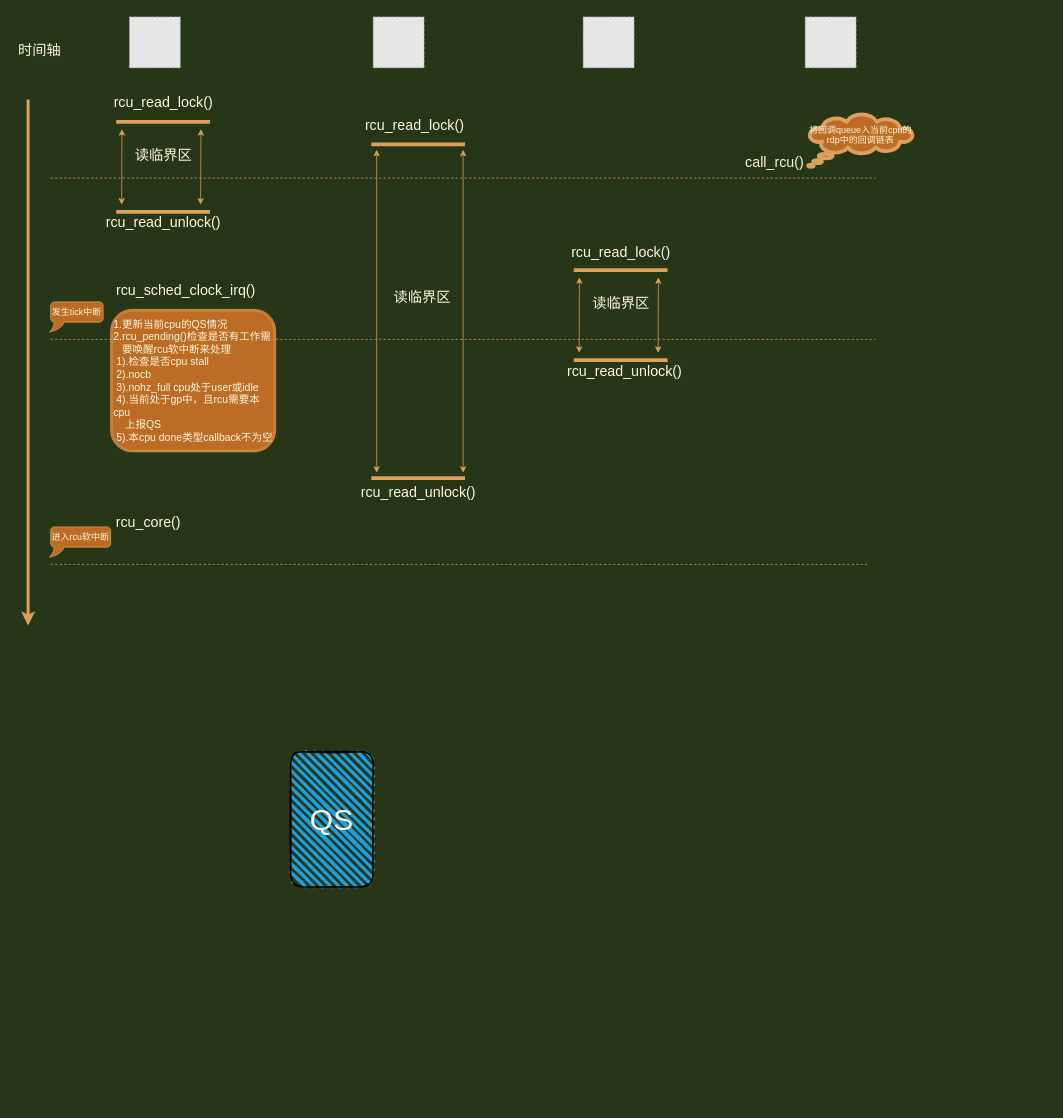
Before: Untitled Diagram.drawio in YanfeiXu/LinuxerYann, a draw.io diagram. Source tidied: cells renumbered, new cells numbered last; positions are measured from the earlier drawing's top-left corner, leaving out a move shared by most shapes. Both pictures are drawn from the tidied source at 75%, with x=0, y=0 at pixel (13, 16). Pictures stored in the file or linked from it are replaced by grey dashed boxes.
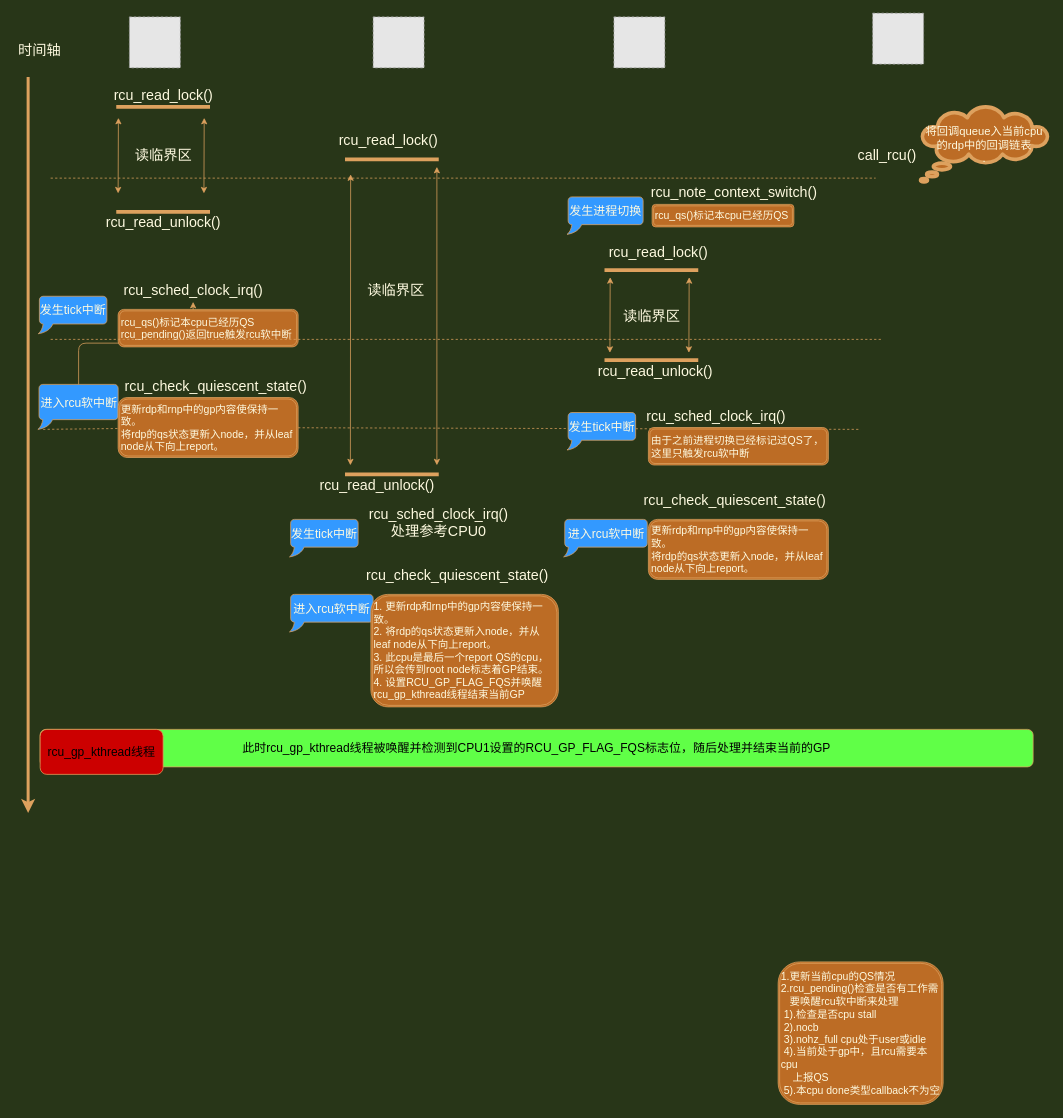
Above is the later version.

Diff of the diagram source:
```diff
@@
     <mxCell id="2" style="shape=partialRectangle;whiteSpace=wrap;html=1;left=0;right=0;fillColor=none;rounded=0;sketch=0;fontColor=#FEFAE0;strokeColor=#DDA15E;strokeWidth=5;" parent="1" vertex="1">
-      <mxGeometry x="140" y="140" width="120" height="120" as="geometry" />
+      <mxGeometry x="140" y="120" width="120" height="140" as="geometry" />
     </mxCell>
@@
     <mxCell id="5" value="call_rcu()" style="text;html=1;align=center;verticalAlign=middle;fillColor=none;strokeColor=none;rounded=0;sketch=0;fontColor=#FEFAE0;fontSize=19;" parent="1" vertex="1">
-      <mxGeometry x="970" y="180" width="90" height="30" as="geometry" />
+      <mxGeometry x="1120" y="170" width="90" height="30" as="geometry" />
     </mxCell>
     <mxCell id="6" value="rcu_read_lock()" style="text;html=1;align=center;verticalAlign=middle;fillColor=none;strokeColor=none;rounded=0;sketch=0;fontColor=#FEFAE0;fontSize=19;" parent="1" vertex="1">
-      <mxGeometry x="125" y="100" width="150" height="30" as="geometry" />
+      <mxGeometry x="125" y="90" width="150" height="30" as="geometry" />
     </mxCell>
@@
-    <mxCell id="8" value="将回调queue入当前cpu的rdp中的回调链表&lt;br&gt;." style="whiteSpace=wrap;html=1;shape=mxgraph.basic.cloud_callout;rounded=0;sketch=0;fontSize=12;fontColor=#FEFAE0;strokeColor=#DDA15E;strokeWidth=5;fillColor=#BC6C25;" parent="1" vertex="1">
-      <mxGeometry x="1060" y="130" width="140" height="70" as="geometry" />
+    <mxCell id="8" value="将回调queue入当前cpu的rdp中的回调链表&lt;br style=&quot;font-size: 15px;&quot;&gt;." style="whiteSpace=wrap;html=1;shape=mxgraph.basic.cloud_callout;rounded=0;sketch=0;fontSize=15;fontColor=#FEFAE0;strokeColor=#DDA15E;strokeWidth=5;fillColor=#BC6C25;" parent="1" vertex="1">
+      <mxGeometry x="1210" y="120" width="170" height="100" as="geometry" />
     </mxCell>
     <mxCell id="9" style="endArrow=classic;html=1;fontSize=13;fontColor=#FEFAE0;fillColor=#BC6C25;strokeWidth=4;strokeColor=#DDA15E;labelBackgroundColor=#283618;" parent="1" edge="1">
       <mxGeometry relative="1" as="geometry">
-        <mxPoint x="20" y="110" as="sourcePoint" />
-        <mxPoint x="20" y="811.4" as="targetPoint" />
+        <mxPoint x="20" y="80" as="sourcePoint" />
+        <mxPoint x="20" y="1061.4" as="targetPoint" />
       </mxGeometry>
     </mxCell>
@@
-    <mxCell id="11" value="发生tick中断" style="whiteSpace=wrap;html=1;shape=mxgraph.basic.roundRectCallout;dx=7.8;dy=13;size=5;boundedLbl=1;rounded=0;sketch=0;fontColor=#FEFAE0;strokeColor=#DDA15E;fillColor=#BC6C25;" parent="1" vertex="1">
-      <mxGeometry x="50" y="380" width="70" height="40" as="geometry" />
+    <mxCell id="11" value="发生tick中断" style="whiteSpace=wrap;html=1;shape=mxgraph.basic.roundRectCallout;dx=7.8;dy=13;size=5;boundedLbl=1;rounded=0;sketch=0;fontColor=#FEFAE0;strokeColor=#DDA15E;fontSize=16;fillColor=#3399FF;" parent="1" vertex="1">
+      <mxGeometry x="35" y="372.5" width="90" height="50" as="geometry" />
     </mxCell>
-    <mxCell id="12" style="endArrow=none;dashed=1;html=1;fontSize=19;fontColor=#FEFAE0;strokeColor=#DDA15E;fillColor=#BC6C25;labelBackgroundColor=#283618;" parent="1" edge="1">
-      <mxGeometry relative="1" as="geometry">
-        <mxPoint x="50" y="430" as="sourcePoint" />
-        <mxPoint x="1150" y="430" as="targetPoint" />
-      </mxGeometry>
-    </mxCell>
     <mxCell id="13" value="rcu_sched_clock_irq()" style="text;html=1;align=center;verticalAlign=middle;points=[];fillColor=none;strokeColor=none;rounded=0;sketch=0;fontColor=#FEFAE0;fontSize=19;" parent="1" vertex="1">
-      <mxGeometry x="130" y="350" width="200" height="30" as="geometry" />
+      <mxGeometry x="140" y="350" width="200" height="30" as="geometry" />
     </mxCell>
     <mxCell id="14" value="&lt;span style=&quot;font-size: 14px&quot;&gt;1.更新当前cpu的QS情况&lt;/span&gt;&lt;br style=&quot;font-size: 14px&quot;&gt;&lt;span style=&quot;font-size: 14px&quot;&gt;2.rcu_pending()检查是否有工作需&lt;br&gt;&amp;nbsp; &amp;nbsp;要唤醒rcu软中断来处理&lt;br&gt;&amp;nbsp;1).检查是否cpu stall&lt;br&gt;&amp;nbsp;2).nocb&lt;br&gt;&amp;nbsp;3).nohz_full cpu处于user或idle&lt;br&gt;&amp;nbsp;4).当前处于gp中，且rcu需要本cpu&lt;br&gt;&amp;nbsp; &amp;nbsp; 上报QS&lt;br&gt;&amp;nbsp;5).本cpu done类型callback不为空&lt;br&gt;&lt;/span&gt;" style="shape=ext;double=1;rounded=1;whiteSpace=wrap;html=1;sketch=0;fontColor=#FEFAE0;strokeColor=#DDA15E;fillColor=#BC6C25;align=left;" parent="1" vertex="1">
-      <mxGeometry x="130" y="390" width="220" height="190" as="geometry" />
+      <mxGeometry x="1020" y="1260" width="220" height="190" as="geometry" />
     </mxCell>
-    <mxCell id="15" style="endArrow=none;dashed=1;html=1;fontSize=19;fontColor=#FEFAE0;strokeColor=#DDA15E;fillColor=#BC6C25;labelBackgroundColor=#283618;" parent="1" edge="1">
+    <mxCell id="15" style="endArrow=none;dashed=1;html=1;fontSize=19;fontColor=#FEFAE0;strokeColor=#DDA15E;fillColor=#BC6C25;labelBackgroundColor=#283618;startArrow=none;" parent="1" edge="1" source="40">
       <mxGeometry relative="1" as="geometry">
-        <mxPoint x="50" y="730" as="sourcePoint" />
-        <mxPoint x="1140" y="730" as="targetPoint" />
+        <mxPoint x="1130" y="550" as="targetPoint" />
       </mxGeometry>
     </mxCell>
+    <mxCell id="37" style="edgeStyle=orthogonalEdgeStyle;curved=0;rounded=1;sketch=0;jettySize=auto;html=1;fontSize=16;fontColor=#FEFAE0;strokeColor=#DDA15E;fillColor=#BC6C25;" parent="1" edge="1" source="16" target="13">
+      <mxGeometry relative="1" as="geometry" />
+    </mxCell>
-    <mxCell id="16" value="进入rcu软中断" style="whiteSpace=wrap;html=1;shape=mxgraph.basic.roundRectCallout;dx=7.8;dy=13;size=5;boundedLbl=1;rounded=0;sketch=0;fontColor=#FEFAE0;strokeColor=#DDA15E;fillColor=#BC6C25;" parent="1" vertex="1">
-      <mxGeometry x="50" y="680" width="80" height="40" as="geometry" />
+    <mxCell id="16" value="进入rcu软中断" style="whiteSpace=wrap;html=1;shape=mxgraph.basic.roundRectCallout;dx=7.8;dy=13;size=5;boundedLbl=1;rounded=0;sketch=0;fontColor=#FEFAE0;strokeColor=#DDA15E;fontSize=16;fillColor=#3399FF;" parent="1" vertex="1">
+      <mxGeometry x="34.5" y="490" width="105.5" height="60" as="geometry" />
     </mxCell>
-    <mxCell id="17" value="rcu_core()" style="text;html=1;align=center;verticalAlign=middle;fillColor=none;strokeColor=none;rounded=0;sketch=0;fontColor=#FEFAE0;fontSize=19;" parent="1" vertex="1">
-      <mxGeometry x="130" y="660" width="100" height="30" as="geometry" />
+    <mxCell id="17" value="rcu_check_quiescent_state()" style="text;html=1;align=center;verticalAlign=middle;fillColor=none;strokeColor=none;rounded=0;sketch=0;fontColor=#FEFAE0;fontSize=19;" parent="1" vertex="1">
+      <mxGeometry x="140" y="477.5" width="260" height="30" as="geometry" />
     </mxCell>
@@
     <mxCell id="20" style="fillColor=#E6E6E6;strokeColor=#999999;dashed=1;html=1;verticalAlign=top;verticalLabelPosition=bottom;labelBackgroundColor=#ffffff;fontColor=#FEFAE0;align=left;" parent="1" vertex="1">
-      <mxGeometry x="1056" width="68" height="68" as="geometry" />
+      <mxGeometry x="1146" y="-5" width="68" height="68" as="geometry" />
     </mxCell>
     <mxCell id="21" style="shape=partialRectangle;whiteSpace=wrap;html=1;left=0;right=0;fillColor=none;rounded=0;sketch=0;fontColor=#FEFAE0;strokeColor=#DDA15E;strokeWidth=5;" parent="1" vertex="1">
-      <mxGeometry x="480" y="170" width="120" height="445" as="geometry" />
+      <mxGeometry x="445" y="190" width="120" height="420" as="geometry" />
     </mxCell>
     <mxCell id="22" value="读临界区" style="text;html=1;align=center;verticalAlign=middle;fillColor=none;strokeColor=none;rounded=0;sketch=0;fontColor=#FEFAE0;fontSize=19;" parent="1" vertex="1">
-      <mxGeometry x="500" y="360" width="90" height="30" as="geometry" />
+      <mxGeometry x="465" y="350" width="90" height="30" as="geometry" />
     </mxCell>
     <mxCell id="23" value="rcu_read_lock()" style="text;html=1;align=center;verticalAlign=middle;fillColor=none;strokeColor=none;rounded=0;sketch=0;fontColor=#FEFAE0;fontSize=19;" parent="1" vertex="1">
-      <mxGeometry x="460" y="130" width="150" height="30" as="geometry" />
+      <mxGeometry x="425" y="150" width="150" height="30" as="geometry" />
     </mxCell>
     <mxCell id="24" value="rcu_read_unlock()" style="text;html=1;align=center;verticalAlign=middle;fillColor=none;strokeColor=none;rounded=0;sketch=0;fontColor=#FEFAE0;fontSize=19;" parent="1" vertex="1">
-      <mxGeometry x="455" y="620" width="170" height="30" as="geometry" />
+      <mxGeometry x="400" y="610" width="170" height="30" as="geometry" />
     </mxCell>
     <mxCell id="25" style="endArrow=classic;startArrow=classic;html=1;fontColor=#FEFAE0;strokeColor=#DDA15E;fillColor=#BC6C25;" parent="1" edge="1">
       <mxGeometry relative="1" as="geometry">
-        <mxPoint x="484.7" y="607.8" as="sourcePoint" />
-        <mxPoint x="484.7" y="177.2" as="targetPoint" />
+        <mxPoint x="449.7" y="597.8" as="sourcePoint" />
+        <mxPoint x="450" y="210" as="targetPoint" />
       </mxGeometry>
     </mxCell>
     <mxCell id="26" style="endArrow=classic;startArrow=classic;html=1;fontColor=#FEFAE0;strokeColor=#DDA15E;fillColor=#BC6C25;" parent="1" edge="1">
       <mxGeometry relative="1" as="geometry">
-        <mxPoint x="600" y="607.8" as="sourcePoint" />
-        <mxPoint x="600" y="177.2" as="targetPoint" />
+        <mxPoint x="565" y="597.8" as="sourcePoint" />
+        <mxPoint x="565" y="200" as="targetPoint" />
       </mxGeometry>
     </mxCell>
     <mxCell id="27" style="endArrow=classic;startArrow=classic;html=1;fontColor=#FEFAE0;strokeColor=#DDA15E;fillColor=#BC6C25;exitX=0.174;exitY=0.018;exitDx=0;exitDy=0;exitPerimeter=0;" parent="1" edge="1">
       <mxGeometry relative="1" as="geometry">
-        <mxPoint x="250" y="250.3" as="sourcePoint" />
-        <mxPoint x="250.4" y="149.7" as="targetPoint" />
+        <mxPoint x="254.4" y="235.3" as="sourcePoint" />
+        <mxPoint x="254.8" y="134.7" as="targetPoint" />
       </mxGeometry>
     </mxCell>
     <mxCell id="28" style="endArrow=classic;startArrow=classic;html=1;fontColor=#FEFAE0;strokeColor=#DDA15E;fillColor=#BC6C25;exitX=0.174;exitY=0.018;exitDx=0;exitDy=0;exitPerimeter=0;" parent="1" edge="1">
       <mxGeometry relative="1" as="geometry">
-        <mxPoint x="144.7" y="250.3" as="sourcePoint" />
-        <mxPoint x="145.1" y="149.7" as="targetPoint" />
+        <mxPoint x="140" y="235.3" as="sourcePoint" />
+        <mxPoint x="140.4" y="134.7" as="targetPoint" />
       </mxGeometry>
     </mxCell>
     <mxCell id="29" style="fillColor=#E6E6E6;strokeColor=#999999;dashed=1;html=1;verticalAlign=top;verticalLabelPosition=bottom;labelBackgroundColor=#ffffff;fontColor=#FEFAE0;align=left;" parent="1" vertex="1">
-      <mxGeometry x="760" width="68" height="68" as="geometry" />
+      <mxGeometry x="801" width="68" height="68" as="geometry" />
     </mxCell>
     <mxCell id="30" style="shape=partialRectangle;whiteSpace=wrap;html=1;left=0;right=0;fillColor=none;rounded=0;sketch=0;fontColor=#FEFAE0;strokeColor=#DDA15E;strokeWidth=5;" parent="1" vertex="1">
-      <mxGeometry x="750" y="337.5" width="120" height="120" as="geometry" />
+      <mxGeometry x="791" y="337.5" width="120" height="120" as="geometry" />
     </mxCell>
     <mxCell id="31" value="读临界区" style="text;html=1;align=center;verticalAlign=middle;fillColor=none;strokeColor=none;rounded=0;sketch=0;fontColor=#FEFAE0;fontSize=19;" parent="1" vertex="1">
-      <mxGeometry x="765" y="367.5" width="90" height="30" as="geometry" />
+      <mxGeometry x="806" y="385" width="90" height="30" as="geometry" />
     </mxCell>
     <mxCell id="32" value="rcu_read_lock()" style="text;html=1;align=center;verticalAlign=middle;fillColor=none;strokeColor=none;rounded=0;sketch=0;fontColor=#FEFAE0;fontSize=19;" parent="1" vertex="1">
-      <mxGeometry x="735" y="300" width="150" height="30" as="geometry" />
+      <mxGeometry x="785" y="300" width="150" height="30" as="geometry" />
     </mxCell>
     <mxCell id="33" value="rcu_read_unlock()" style="text;html=1;align=center;verticalAlign=middle;fillColor=none;strokeColor=none;rounded=0;sketch=0;fontColor=#FEFAE0;fontSize=19;" parent="1" vertex="1">
-      <mxGeometry x="730" y="457.5" width="170" height="30" as="geometry" />
+      <mxGeometry x="771" y="457.5" width="170" height="30" as="geometry" />
     </mxCell>
     <mxCell id="34" style="endArrow=classic;startArrow=classic;html=1;fontColor=#FEFAE0;strokeColor=#DDA15E;fillColor=#BC6C25;exitX=0.174;exitY=0.018;exitDx=0;exitDy=0;exitPerimeter=0;" parent="1" edge="1">
       <mxGeometry relative="1" as="geometry">
-        <mxPoint x="860" y="447.8" as="sourcePoint" />
-        <mxPoint x="860.4" y="347.2" as="targetPoint" />
+        <mxPoint x="901" y="447.8" as="sourcePoint" />
+        <mxPoint x="901.4" y="347.2" as="targetPoint" />
       </mxGeometry>
     </mxCell>
     <mxCell id="35" style="endArrow=classic;startArrow=classic;html=1;fontColor=#FEFAE0;strokeColor=#DDA15E;fillColor=#BC6C25;exitX=0.174;exitY=0.018;exitDx=0;exitDy=0;exitPerimeter=0;" parent="1" edge="1">
       <mxGeometry relative="1" as="geometry">
-        <mxPoint x="754.7" y="447.8" as="sourcePoint" />
-        <mxPoint x="755.1" y="347.2" as="targetPoint" />
+        <mxPoint x="795.7" y="447.8" as="sourcePoint" />
+        <mxPoint x="796.1" y="347.2" as="targetPoint" />
       </mxGeometry>
     </mxCell>
-    <mxCell id="36" value="&lt;font style=&quot;font-size: 40px&quot;&gt;QS&lt;/font&gt;" style="rounded=1;whiteSpace=wrap;html=1;strokeWidth=2;fillWeight=4;hachureGap=8;hachureAngle=45;fillColor=#1ba1e2;sketch=1;fontColor=#FEFAE0;align=center;" parent="1" vertex="1">
-      <mxGeometry x="370" y="980" width="110" height="180" as="geometry" />
-    </mxCell>
+    <mxCell id="38" value="&lt;span style=&quot;font-size: 14px&quot;&gt;rcu_qs()标记本cpu已经历QS&lt;br&gt;rcu_pending()返回true触发rcu软中断&lt;br&gt;&lt;/span&gt;" style="shape=ext;double=1;rounded=1;whiteSpace=wrap;html=1;sketch=0;fontColor=#FEFAE0;strokeColor=#DDA15E;fillColor=#BC6C25;align=left;" parent="1" vertex="1">
+      <mxGeometry x="140" y="390" width="240" height="50" as="geometry" />
+    </mxCell>
+    <mxCell id="39" style="endArrow=none;dashed=1;html=1;fontSize=19;fontColor=#FEFAE0;strokeColor=#DDA15E;fillColor=#BC6C25;labelBackgroundColor=#283618;" parent="1" edge="1">
+      <mxGeometry relative="1" as="geometry">
+        <mxPoint x="50" y="430" as="sourcePoint" />
+        <mxPoint x="1160" y="430" as="targetPoint" />
+        <Array as="points">
+          <mxPoint x="240" y="430" />
+        </Array>
+      </mxGeometry>
+    </mxCell>
+    <mxCell id="40" value="&lt;font style=&quot;font-size: 14px&quot;&gt;更新rdp和rnp中的gp内容使保持一致。&lt;br&gt;将rdp的qs状态更新入node，并从leaf node从下向上report。&lt;/font&gt;" style="shape=ext;double=1;rounded=1;whiteSpace=wrap;html=1;sketch=0;fontColor=#FEFAE0;strokeColor=#DDA15E;fillColor=#BC6C25;align=left;" parent="1" vertex="1">
+      <mxGeometry x="140" y="507.5" width="240" height="80" as="geometry" />
+    </mxCell>
+    <mxCell id="41" style="endArrow=none;dashed=1;html=1;fontSize=19;fontColor=#FEFAE0;strokeColor=#DDA15E;fillColor=#BC6C25;labelBackgroundColor=#283618;" parent="1" edge="1" target="40">
+      <mxGeometry relative="1" as="geometry">
+        <mxPoint x="40" y="550" as="sourcePoint" />
+      </mxGeometry>
+    </mxCell>
+    <mxCell id="42" value="发生tick中断" style="whiteSpace=wrap;html=1;shape=mxgraph.basic.roundRectCallout;dx=7.8;dy=13;size=5;boundedLbl=1;rounded=0;sketch=0;fontColor=#FEFAE0;strokeColor=#DDA15E;fontSize=16;fillColor=#3399FF;" parent="1" vertex="1">
+      <mxGeometry x="370" y="670" width="90" height="50" as="geometry" />
+    </mxCell>
+    <mxCell id="43" value="rcu_sched_clock_irq()&lt;br&gt;处理参考CPU0" style="text;html=1;align=center;verticalAlign=middle;fillColor=none;strokeColor=none;rounded=0;sketch=0;fontColor=#FEFAE0;fontSize=19;" parent="1" vertex="1">
+      <mxGeometry x="467" y="650" width="200" height="50" as="geometry" />
+    </mxCell>
+    <mxCell id="44" value="进入rcu软中断" style="whiteSpace=wrap;html=1;shape=mxgraph.basic.roundRectCallout;dx=7.8;dy=13;size=5;boundedLbl=1;rounded=0;sketch=0;fontColor=#FEFAE0;strokeColor=#DDA15E;fontSize=16;fillColor=#3399FF;" parent="1" vertex="1">
+      <mxGeometry x="370" y="770" width="110" height="50" as="geometry" />
+    </mxCell>
+    <mxCell id="45" value="rcu_check_quiescent_state()" style="text;html=1;align=center;verticalAlign=middle;fillColor=none;strokeColor=none;rounded=0;sketch=0;fontColor=#FEFAE0;fontSize=19;" parent="1" vertex="1">
+      <mxGeometry x="462" y="730" width="260" height="30" as="geometry" />
+    </mxCell>
+    <mxCell id="46" value="&lt;font style=&quot;font-size: 14px&quot;&gt;1. 更新rdp和rnp中的gp内容使保持一致。&lt;br&gt;2. 将rdp的qs状态更新入node，并从leaf node从下向上report。&lt;br&gt;3. 此cpu是最后一个report QS的cpu，所以会传到root node标志着GP结束。&lt;br&gt;4. 设置RCU_GP_FLAG_FQS并唤醒rcu_gp_kthread线程结束当前GP&lt;br&gt;&lt;/font&gt;" style="shape=ext;double=1;rounded=1;whiteSpace=wrap;html=1;sketch=0;fontColor=#FEFAE0;strokeColor=#DDA15E;fillColor=#BC6C25;align=left;" parent="1" vertex="1">
+      <mxGeometry x="477" y="770" width="250" height="150" as="geometry" />
+    </mxCell>
+    <mxCell id="47" value="发生进程切换" style="whiteSpace=wrap;html=1;shape=mxgraph.basic.roundRectCallout;dx=7.8;dy=13;size=5;boundedLbl=1;rounded=0;sketch=0;fontColor=#FEFAE0;strokeColor=#DDA15E;fontSize=16;fillColor=#3399FF;" parent="1" vertex="1">
+      <mxGeometry x="740" y="240" width="100" height="50" as="geometry" />
+    </mxCell>
+    <mxCell id="48" value="rcu_note_context_switch()&lt;br&gt;" style="text;html=1;align=center;verticalAlign=middle;fillColor=none;strokeColor=none;rounded=0;sketch=0;fontColor=#FEFAE0;fontSize=19;" parent="1" vertex="1">
+      <mxGeometry x="841" y="220" width="240" height="30" as="geometry" />
+    </mxCell>
+    <mxCell id="49" value="&lt;span style=&quot;font-size: 14px;&quot;&gt;rcu_qs()标记本cpu已经历QS&lt;br style=&quot;font-size: 14px;&quot;&gt;&lt;/span&gt;" style="shape=ext;double=1;rounded=1;whiteSpace=wrap;html=1;sketch=0;fontColor=#FEFAE0;strokeColor=#DDA15E;fillColor=#BC6C25;align=left;fontSize=14;" parent="1" vertex="1">
+      <mxGeometry x="852" y="250" width="189" height="30" as="geometry" />
+    </mxCell>
+    <mxCell id="50" value="发生tick中断" style="whiteSpace=wrap;html=1;shape=mxgraph.basic.roundRectCallout;dx=7.8;dy=13;size=5;boundedLbl=1;rounded=0;sketch=0;fontColor=#FEFAE0;strokeColor=#DDA15E;fontSize=16;fillColor=#3399FF;" parent="1" vertex="1">
+      <mxGeometry x="740" y="527.5" width="90" height="50" as="geometry" />
+    </mxCell>
+    <mxCell id="51" value="rcu_sched_clock_irq()" style="text;html=1;align=center;verticalAlign=middle;fillColor=none;strokeColor=none;rounded=0;sketch=0;fontColor=#FEFAE0;fontSize=19;" parent="1" vertex="1">
+      <mxGeometry x="837" y="517.5" width="200" height="30" as="geometry" />
+    </mxCell>
+    <mxCell id="52" value="进入rcu软中断" style="whiteSpace=wrap;html=1;shape=mxgraph.basic.roundRectCallout;dx=7.8;dy=13;size=5;boundedLbl=1;rounded=0;sketch=0;fontColor=#FEFAE0;strokeColor=#DDA15E;fontSize=16;fillColor=#3399FF;" parent="1" vertex="1">
+      <mxGeometry x="735.5" y="670" width="110" height="50" as="geometry" />
+    </mxCell>
+    <mxCell id="53" value="rcu_check_quiescent_state()" style="text;html=1;align=center;verticalAlign=middle;fillColor=none;strokeColor=none;rounded=0;sketch=0;fontColor=#FEFAE0;fontSize=19;" parent="1" vertex="1">
+      <mxGeometry x="832" y="630" width="260" height="30" as="geometry" />
+    </mxCell>
+    <mxCell id="54" value="&lt;span style=&quot;font-size: 14px&quot;&gt;由于之前进程切换已经标记过QS了，这里只触发rcu软中断&lt;br&gt;&lt;/span&gt;" style="shape=ext;double=1;rounded=1;whiteSpace=wrap;html=1;sketch=0;fontColor=#FEFAE0;strokeColor=#DDA15E;fillColor=#BC6C25;align=left;" parent="1" vertex="1">
+      <mxGeometry x="847" y="547.5" width="240" height="50" as="geometry" />
+    </mxCell>
+    <mxCell id="55" value="&lt;font style=&quot;font-size: 14px&quot;&gt;更新rdp和rnp中的gp内容使保持一致。&lt;br&gt;将rdp的qs状态更新入node，并从leaf node从下向上report。&lt;/font&gt;" style="shape=ext;double=1;rounded=1;whiteSpace=wrap;html=1;sketch=0;fontColor=#FEFAE0;strokeColor=#DDA15E;fillColor=#BC6C25;align=left;" parent="1" vertex="1">
+      <mxGeometry x="847" y="670" width="240" height="80" as="geometry" />
+    </mxCell>
+    <mxCell id="56" value="&lt;font color=&quot;#000000&quot;&gt;此时rcu_gp_kthread线程被唤醒并检测到CPU1设置的RCU_GP_FLAG_FQS标志位，随后处理并结束当前的GP&lt;/font&gt;" style="rounded=1;whiteSpace=wrap;html=1;sketch=0;fontSize=16;strokeColor=#DDA15E;align=center;fillColor=#60FF47;fontColor=#33FFFF;" parent="1" vertex="1">
+      <mxGeometry x="36" y="950" width="1324" height="50" as="geometry" />
+    </mxCell>
+    <mxCell id="57" value="&lt;font color=&quot;#000000&quot;&gt;rcu_gp_kthread线程&lt;/font&gt;" style="rounded=1;whiteSpace=wrap;html=1;sketch=0;fontSize=16;strokeColor=#DDA15E;align=center;fontColor=#FF0000;fillColor=#CC0000;" parent="1" vertex="1">
+      <mxGeometry x="36" y="950" width="164" height="60" as="geometry" />
+    </mxCell>
```
